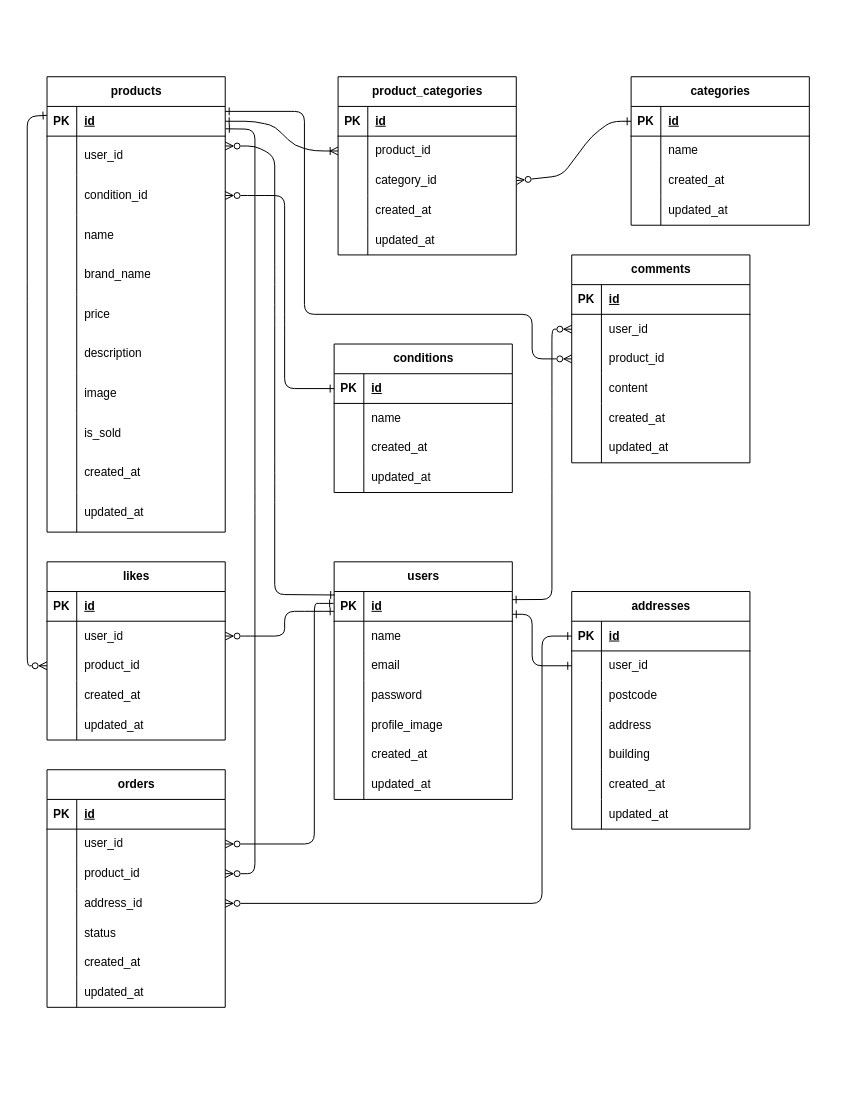
Before: erd.drawio in como-natsu/coachtech-furima, a draw.io diagram. Source tidied: cells renumbered, new cells numbered last; positions are measured from the earlier drawing's top-left corner, leaving out a move shared by most shapes. Both pictures are drawn from the tidied source at 99%, with x=0, y=0 at pixel (17, 17).
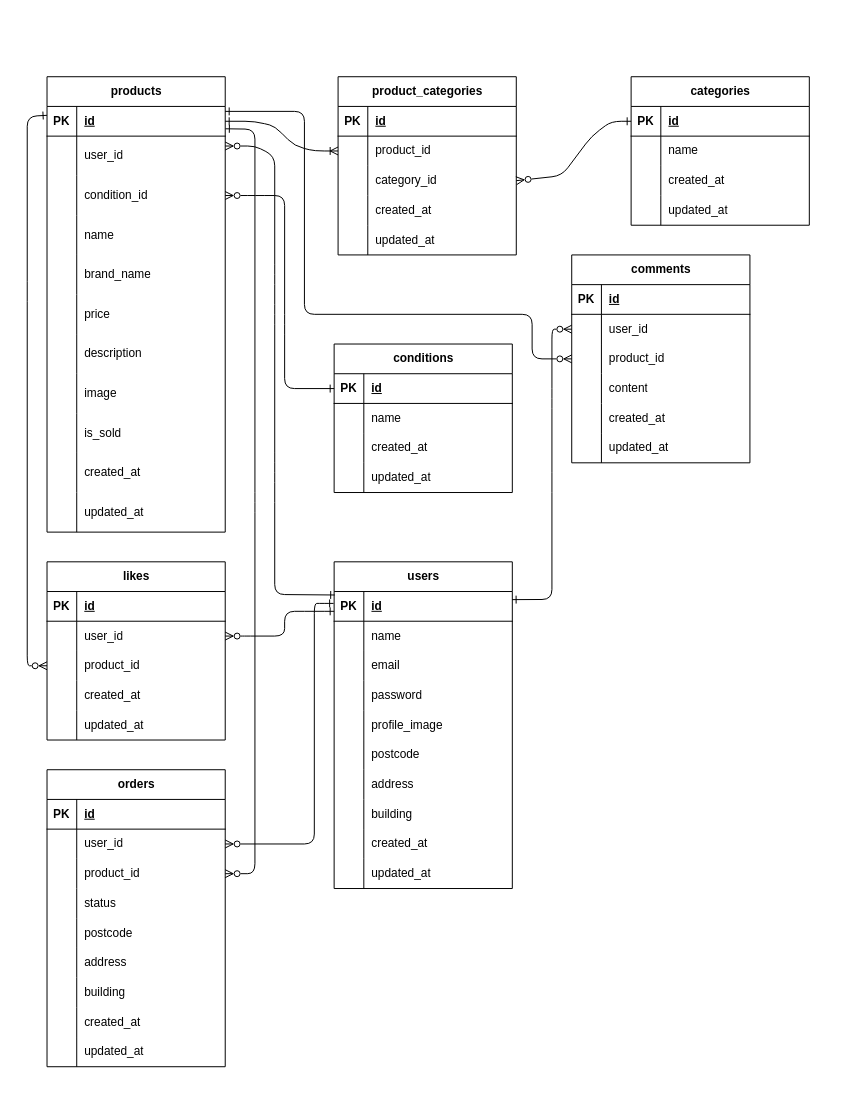
The same page after the edit.

What changed in the source:
```diff
@@
-    <mxCell id="114" value="addresses" style="shape=table;startSize=30;childLayout=tableLayout;rowLines=0;fontStyle=1;align=center;html=1;" parent="1" vertex="1">
-      <mxGeometry x="560" y="580" width="180" height="240" as="geometry" />
-    </mxCell>
-    <mxCell id="115" style="shape=tableRow;horizontal=0;startSize=0;swimlaneHead=0;swimlaneBody=0;fillColor=none;points=[[0,0.5],[1,0.5]];portConstraint=eastwest;top=0;left=0;right=0;bottom=1;" parent="114" vertex="1">
-      <mxGeometry y="30" width="180" height="30" as="geometry" />
-    </mxCell>
-    <mxCell id="116" value="PK" style="shape=partialRectangle;fillColor=none;top=0;left=0;bottom=0;right=0;fontStyle=1;overflow=hidden;whiteSpace=wrap;html=1;" parent="115" vertex="1">
-      <mxGeometry width="30" height="30" as="geometry" />
-    </mxCell>
-    <mxCell id="117" value="id" style="shape=partialRectangle;fillColor=none;top=0;left=0;bottom=0;right=0;align=left;spacingLeft=6;fontStyle=5;overflow=hidden;whiteSpace=wrap;html=1;" parent="115" vertex="1">
-      <mxGeometry x="30" width="150" height="30" as="geometry" />
-    </mxCell>
-    <mxCell id="118" style="shape=tableRow;horizontal=0;startSize=0;swimlaneHead=0;swimlaneBody=0;fillColor=none;points=[[0,0.5],[1,0.5]];portConstraint=eastwest;top=0;left=0;right=0;bottom=0;" parent="114" vertex="1">
-      <mxGeometry y="60" width="180" height="30" as="geometry" />
-    </mxCell>
-    <mxCell id="119" style="shape=partialRectangle;fillColor=none;top=0;left=0;bottom=0;right=0;overflow=hidden;whiteSpace=wrap;html=1;" parent="118" vertex="1">
-      <mxGeometry width="30" height="30" as="geometry" />
-    </mxCell>
-    <mxCell id="120" value="user_id" style="shape=partialRectangle;fillColor=none;top=0;left=0;bottom=0;right=0;align=left;spacingLeft=6;overflow=hidden;whiteSpace=wrap;html=1;" parent="118" vertex="1">
-      <mxGeometry x="30" width="150" height="30" as="geometry" />
-    </mxCell>
-    <mxCell id="121" style="shape=tableRow;horizontal=0;startSize=0;swimlaneHead=0;swimlaneBody=0;fillColor=none;top=0;left=0;right=0;bottom=0;" parent="114" vertex="1">
-      <mxGeometry y="90" width="180" height="30" as="geometry" />
-    </mxCell>
-    <mxCell id="122" style="shape=partialRectangle;fillColor=none;top=0;left=0;bottom=0;right=0;overflow=hidden;whiteSpace=wrap;html=1;" parent="121" vertex="1">
-      <mxGeometry width="30" height="30" as="geometry" />
-    </mxCell>
-    <mxCell id="123" value="postcode" style="shape=partialRectangle;fillColor=none;top=0;left=0;bottom=0;right=0;align=left;spacingLeft=6;overflow=hidden;whiteSpace=wrap;html=1;" parent="121" vertex="1">
-      <mxGeometry x="30" width="150" height="30" as="geometry" />
-    </mxCell>
-    <mxCell id="124" style="shape=tableRow;horizontal=0;startSize=0;swimlaneHead=0;swimlaneBody=0;fillColor=none;top=0;left=0;right=0;bottom=0;" parent="114" vertex="1">
-      <mxGeometry y="120" width="180" height="30" as="geometry" />
-    </mxCell>
-    <mxCell id="125" style="shape=partialRectangle;fillColor=none;top=0;left=0;bottom=0;right=0;overflow=hidden;whiteSpace=wrap;html=1;" parent="124" vertex="1">
-      <mxGeometry width="30" height="30" as="geometry" />
-    </mxCell>
-    <mxCell id="126" value="address" style="shape=partialRectangle;fillColor=none;top=0;left=0;bottom=0;right=0;align=left;spacingLeft=6;overflow=hidden;whiteSpace=wrap;html=1;" parent="124" vertex="1">
-      <mxGeometry x="30" width="150" height="30" as="geometry" />
-    </mxCell>
-    <mxCell id="127" style="shape=tableRow;horizontal=0;startSize=0;swimlaneHead=0;swimlaneBody=0;fillColor=none;top=0;left=0;right=0;bottom=0;" parent="114" vertex="1">
-      <mxGeometry y="150" width="180" height="30" as="geometry" />
-    </mxCell>
-    <mxCell id="128" style="shape=partialRectangle;fillColor=none;top=0;left=0;bottom=0;right=0;overflow=hidden;whiteSpace=wrap;html=1;" parent="127" vertex="1">
-      <mxGeometry width="30" height="30" as="geometry" />
-    </mxCell>
-    <mxCell id="129" value="building" style="shape=partialRectangle;fillColor=none;top=0;left=0;bottom=0;right=0;align=left;spacingLeft=6;overflow=hidden;whiteSpace=wrap;html=1;" parent="127" vertex="1">
-      <mxGeometry x="30" width="150" height="30" as="geometry" />
-    </mxCell>
-    <mxCell id="130" style="shape=tableRow;horizontal=0;startSize=0;swimlaneHead=0;swimlaneBody=0;fillColor=none;top=0;left=0;right=0;bottom=0;" parent="114" vertex="1">
-      <mxGeometry y="180" width="180" height="30" as="geometry" />
-    </mxCell>
-    <mxCell id="131" style="shape=partialRectangle;fillColor=none;top=0;left=0;bottom=0;right=0;overflow=hidden;whiteSpace=wrap;html=1;" parent="130" vertex="1">
-      <mxGeometry width="30" height="30" as="geometry" />
-    </mxCell>
-    <mxCell id="132" value="created_at" style="shape=partialRectangle;fillColor=none;top=0;left=0;bottom=0;right=0;align=left;spacingLeft=6;overflow=hidden;whiteSpace=wrap;html=1;" parent="130" vertex="1">
-      <mxGeometry x="30" width="150" height="30" as="geometry" />
-    </mxCell>
-    <mxCell id="133" style="shape=tableRow;horizontal=0;startSize=0;swimlaneHead=0;swimlaneBody=0;fillColor=none;top=0;left=0;right=0;bottom=0;" parent="114" vertex="1">
-      <mxGeometry y="210" width="180" height="30" as="geometry" />
-    </mxCell>
-    <mxCell id="134" style="shape=partialRectangle;fillColor=none;top=0;left=0;bottom=0;right=0;overflow=hidden;whiteSpace=wrap;html=1;" parent="133" vertex="1">
-      <mxGeometry width="30" height="30" as="geometry" />
-    </mxCell>
-    <mxCell id="135" value="&lt;span style=&quot;color: rgb(0, 0, 0);&quot;&gt;updated_at&lt;/span&gt;" style="shape=partialRectangle;fillColor=none;top=0;left=0;bottom=0;right=0;align=left;spacingLeft=6;overflow=hidden;whiteSpace=wrap;html=1;" parent="133" vertex="1">
-      <mxGeometry x="30" width="150" height="30" as="geometry" />
-    </mxCell>
     <mxCell id="136" value="orders" style="shape=table;startSize=30;childLayout=tableLayout;rowLines=0;fontStyle=1;align=center;html=1;" parent="1" vertex="1">
-      <mxGeometry x="30" y="760" width="180" height="240" as="geometry" />
+      <mxGeometry x="30" y="760" width="180" height="300" as="geometry" />
     </mxCell>
@@
-    <mxCell id="146" style="shape=tableRow;horizontal=0;startSize=0;swimlaneHead=0;swimlaneBody=0;fillColor=none;points=[[0,0.5],[1,0.5]];portConstraint=eastwest;top=0;left=0;right=0;bottom=0;" parent="136" vertex="1">
-      <mxGeometry y="120" width="180" height="30" as="geometry" />
-    </mxCell>
-    <mxCell id="147" style="shape=partialRectangle;fillColor=none;top=0;left=0;bottom=0;right=0;overflow=hidden;whiteSpace=wrap;html=1;" parent="146" vertex="1">
-      <mxGeometry width="30" height="30" as="geometry" />
-    </mxCell>
-    <mxCell id="148" value="address_id" style="shape=partialRectangle;fillColor=none;top=0;left=0;bottom=0;right=0;align=left;spacingLeft=6;overflow=hidden;whiteSpace=wrap;html=1;" parent="146" vertex="1">
-      <mxGeometry x="30" width="150" height="30" as="geometry" />
-    </mxCell>
     <mxCell id="149" style="shape=tableRow;horizontal=0;startSize=0;swimlaneHead=0;swimlaneBody=0;fillColor=none;top=0;left=0;right=0;bottom=0;" parent="136" vertex="1">
-      <mxGeometry y="150" width="180" height="30" as="geometry" />
+      <mxGeometry y="120" width="180" height="30" as="geometry" />
     </mxCell>
@@
+    <mxCell id="127" style="shape=tableRow;horizontal=0;startSize=0;swimlaneHead=0;swimlaneBody=0;fillColor=none;top=0;left=0;right=0;bottom=0;" parent="136" vertex="1">
+      <mxGeometry y="150" width="180" height="30" as="geometry" />
+    </mxCell>
+    <mxCell id="192" style="shape=partialRectangle;fillColor=none;top=0;left=0;bottom=0;right=0;overflow=hidden;whiteSpace=wrap;html=1;" parent="127" vertex="1">
+      <mxGeometry width="30" height="30" as="geometry" />
+    </mxCell>
+    <mxCell id="193" value="&lt;span style=&quot;color: rgb(0, 0, 0);&quot;&gt;postcode&lt;/span&gt;" style="shape=partialRectangle;fillColor=none;top=0;left=0;bottom=0;right=0;align=left;spacingLeft=6;overflow=hidden;whiteSpace=wrap;html=1;" parent="127" vertex="1">
+      <mxGeometry x="30" width="150" height="30" as="geometry" />
+    </mxCell>
+    <mxCell id="194" style="shape=tableRow;horizontal=0;startSize=0;swimlaneHead=0;swimlaneBody=0;fillColor=none;top=0;left=0;right=0;bottom=0;" parent="136" vertex="1">
+      <mxGeometry y="180" width="180" height="30" as="geometry" />
+    </mxCell>
+    <mxCell id="195" style="shape=partialRectangle;fillColor=none;top=0;left=0;bottom=0;right=0;overflow=hidden;whiteSpace=wrap;html=1;" parent="194" vertex="1">
+      <mxGeometry width="30" height="30" as="geometry" />
+    </mxCell>
+    <mxCell id="196" value="&lt;span style=&quot;color: rgb(0, 0, 0);&quot;&gt;address&lt;/span&gt;" style="shape=partialRectangle;fillColor=none;top=0;left=0;bottom=0;right=0;align=left;spacingLeft=6;overflow=hidden;whiteSpace=wrap;html=1;" parent="194" vertex="1">
+      <mxGeometry x="30" width="150" height="30" as="geometry" />
+    </mxCell>
+    <mxCell id="197" style="shape=tableRow;horizontal=0;startSize=0;swimlaneHead=0;swimlaneBody=0;fillColor=none;top=0;left=0;right=0;bottom=0;" parent="136" vertex="1">
+      <mxGeometry y="210" width="180" height="30" as="geometry" />
+    </mxCell>
+    <mxCell id="198" style="shape=partialRectangle;fillColor=none;top=0;left=0;bottom=0;right=0;overflow=hidden;whiteSpace=wrap;html=1;" parent="197" vertex="1">
+      <mxGeometry width="30" height="30" as="geometry" />
+    </mxCell>
+    <mxCell id="199" value="&lt;span style=&quot;color: rgb(0, 0, 0);&quot;&gt;building&lt;/span&gt;" style="shape=partialRectangle;fillColor=none;top=0;left=0;bottom=0;right=0;align=left;spacingLeft=6;overflow=hidden;whiteSpace=wrap;html=1;" parent="197" vertex="1">
+      <mxGeometry x="30" width="150" height="30" as="geometry" />
+    </mxCell>
     <mxCell id="152" style="shape=tableRow;horizontal=0;startSize=0;swimlaneHead=0;swimlaneBody=0;fillColor=none;top=0;left=0;right=0;bottom=0;" parent="136" vertex="1">
-      <mxGeometry y="180" width="180" height="30" as="geometry" />
+      <mxGeometry y="240" width="180" height="30" as="geometry" />
     </mxCell>
@@
     <mxCell id="155" style="shape=tableRow;horizontal=0;startSize=0;swimlaneHead=0;swimlaneBody=0;fillColor=none;top=0;left=0;right=0;bottom=0;" parent="136" vertex="1">
-      <mxGeometry y="210" width="180" height="30" as="geometry" />
+      <mxGeometry y="270" width="180" height="30" as="geometry" />
     </mxCell>
@@
     <mxCell id="158" value="users" style="shape=table;startSize=30;childLayout=tableLayout;rowLines=0;fontStyle=1;align=center;html=1;" parent="1" vertex="1">
-      <mxGeometry x="320" y="550" width="180" height="240" as="geometry" />
+      <mxGeometry x="320" y="550" width="180" height="330" as="geometry" />
     </mxCell>
@@
+    <mxCell id="200" style="shape=tableRow;horizontal=0;startSize=0;swimlaneHead=0;swimlaneBody=0;fillColor=none;top=0;left=0;right=0;bottom=0;" parent="158" vertex="1">
+      <mxGeometry y="180" width="180" height="30" as="geometry" />
+    </mxCell>
+    <mxCell id="201" style="shape=partialRectangle;fillColor=none;top=0;left=0;bottom=0;right=0;overflow=hidden;whiteSpace=wrap;html=1;" parent="200" vertex="1">
+      <mxGeometry width="30" height="30" as="geometry" />
+    </mxCell>
+    <mxCell id="202" value="&lt;span style=&quot;color: rgb(0, 0, 0);&quot;&gt;postcode&lt;/span&gt;" style="shape=partialRectangle;fillColor=none;top=0;left=0;bottom=0;right=0;align=left;spacingLeft=6;overflow=hidden;whiteSpace=wrap;html=1;" parent="200" vertex="1">
+      <mxGeometry x="30" width="150" height="30" as="geometry" />
+    </mxCell>
+    <mxCell id="203" style="shape=tableRow;horizontal=0;startSize=0;swimlaneHead=0;swimlaneBody=0;fillColor=none;top=0;left=0;right=0;bottom=0;" parent="158" vertex="1">
+      <mxGeometry y="210" width="180" height="30" as="geometry" />
+    </mxCell>
+    <mxCell id="204" style="shape=partialRectangle;fillColor=none;top=0;left=0;bottom=0;right=0;overflow=hidden;whiteSpace=wrap;html=1;" parent="203" vertex="1">
+      <mxGeometry width="30" height="30" as="geometry" />
+    </mxCell>
+    <mxCell id="205" value="&lt;span style=&quot;color: rgb(0, 0, 0);&quot;&gt;address&lt;/span&gt;" style="shape=partialRectangle;fillColor=none;top=0;left=0;bottom=0;right=0;align=left;spacingLeft=6;overflow=hidden;whiteSpace=wrap;html=1;" parent="203" vertex="1">
+      <mxGeometry x="30" width="150" height="30" as="geometry" />
+    </mxCell>
+    <mxCell id="206" style="shape=tableRow;horizontal=0;startSize=0;swimlaneHead=0;swimlaneBody=0;fillColor=none;top=0;left=0;right=0;bottom=0;" parent="158" vertex="1">
+      <mxGeometry y="240" width="180" height="30" as="geometry" />
+    </mxCell>
+    <mxCell id="207" style="shape=partialRectangle;fillColor=none;top=0;left=0;bottom=0;right=0;overflow=hidden;whiteSpace=wrap;html=1;" parent="206" vertex="1">
+      <mxGeometry width="30" height="30" as="geometry" />
+    </mxCell>
+    <mxCell id="208" value="&lt;span style=&quot;color: rgb(0, 0, 0);&quot;&gt;building&lt;/span&gt;" style="shape=partialRectangle;fillColor=none;top=0;left=0;bottom=0;right=0;align=left;spacingLeft=6;overflow=hidden;whiteSpace=wrap;html=1;" parent="206" vertex="1">
+      <mxGeometry x="30" width="150" height="30" as="geometry" />
+    </mxCell>
     <mxCell id="174" style="shape=tableRow;horizontal=0;startSize=0;swimlaneHead=0;swimlaneBody=0;fillColor=none;top=0;left=0;right=0;bottom=0;" parent="158" vertex="1">
-      <mxGeometry y="180" width="180" height="30" as="geometry" />
+      <mxGeometry y="270" width="180" height="30" as="geometry" />
     </mxCell>
@@
     <mxCell id="177" style="shape=tableRow;horizontal=0;startSize=0;swimlaneHead=0;swimlaneBody=0;fillColor=none;top=0;left=0;right=0;bottom=0;" parent="158" vertex="1">
-      <mxGeometry y="210" width="180" height="30" as="geometry" />
+      <mxGeometry y="300" width="180" height="30" as="geometry" />
     </mxCell>
@@
-    <mxCell id="187" style="edgeStyle=none;html=1;exitX=0;exitY=0.5;exitDx=0;exitDy=0;startArrow=ERone;startFill=0;endArrow=ERone;endFill=0;" parent="1" edge="1" source="118">
-      <mxGeometry relative="1" as="geometry">
-        <mxPoint x="500" y="603" as="targetPoint" />
-        <Array as="points">
-          <mxPoint x="520" y="655" />
-          <mxPoint x="520" y="603" />
-        </Array>
-      </mxGeometry>
-    </mxCell>
@@
-    <mxCell id="189" style="edgeStyle=none;html=1;exitX=1;exitY=0.5;exitDx=0;exitDy=0;entryX=0;entryY=0.5;entryDx=0;entryDy=0;endArrow=ERone;endFill=0;startArrow=ERzeroToMany;startFill=0;" parent="1" edge="1" source="146" target="115">
-      <mxGeometry relative="1" as="geometry">
-        <Array as="points">
-          <mxPoint x="530" y="895" />
-          <mxPoint x="530" y="625" />
-        </Array>
-      </mxGeometry>
-    </mxCell>
```
